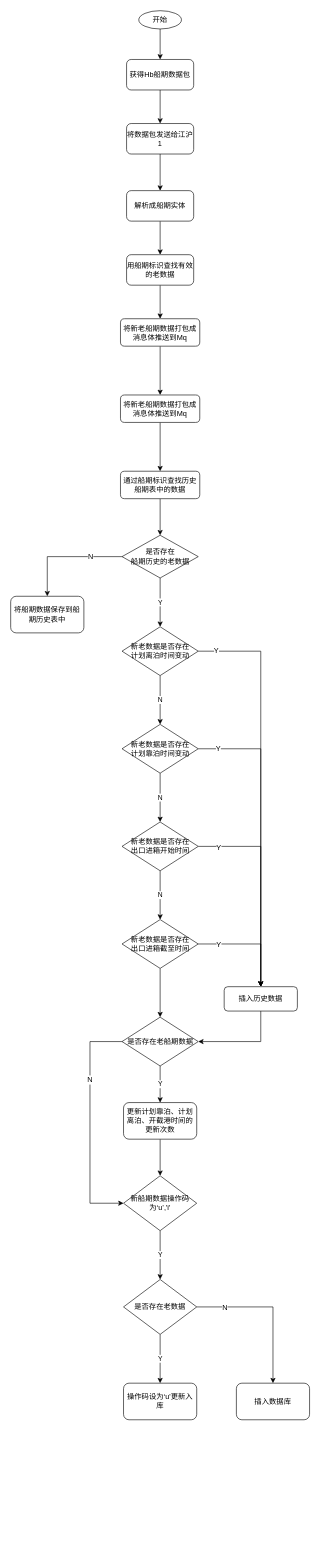
Earlier version of the draw.io diagram port-manager/Hb船期定时任务.drawio (caixuecheng/track-drawio). Source tidied: cells renumbered, new cells numbered last; positions are measured from the earlier drawing's top-left corner, leaving out a move shared by most shapes. Both pictures are drawn from the tidied source at 61%, with x=0, y=0 at pixel (10, 10).
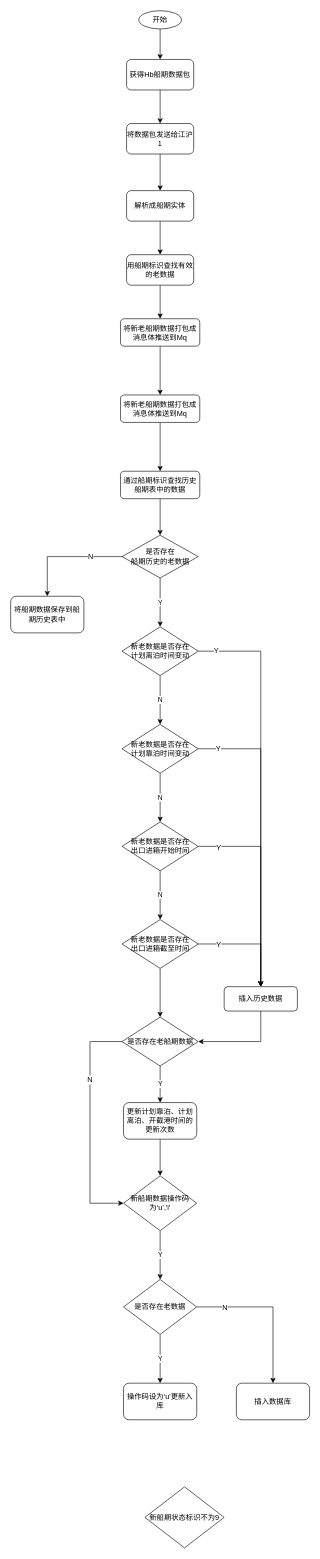
After the change.

Commit message (it also covers changes not shown here):
更新Hb船期定时任务.drawio

Diff of the diagram source:
```diff
@@
+    <mxCell id="55" value="新船期状态标识不为9" style="rhombus;whiteSpace=wrap;html=1;" parent="1" vertex="1">
+      <mxGeometry x="220" y="2420" width="130" height="100" as="geometry" />
+    </mxCell>
```
